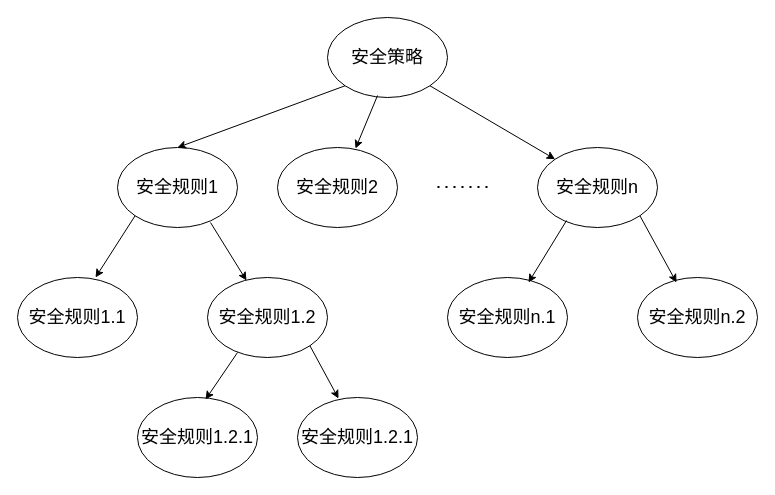
This is testDirectory/安全策略的规则树.drawio from Moose1273/-, a draw.io file, before an edit. Source tidied: cells renumbered, new cells numbered last; positions are measured from the earlier drawing's top-left corner, leaving out a move shared by most shapes. Both pictures are drawn from the tidied source at 100%, with x=0, y=0 at pixel (17, 17).
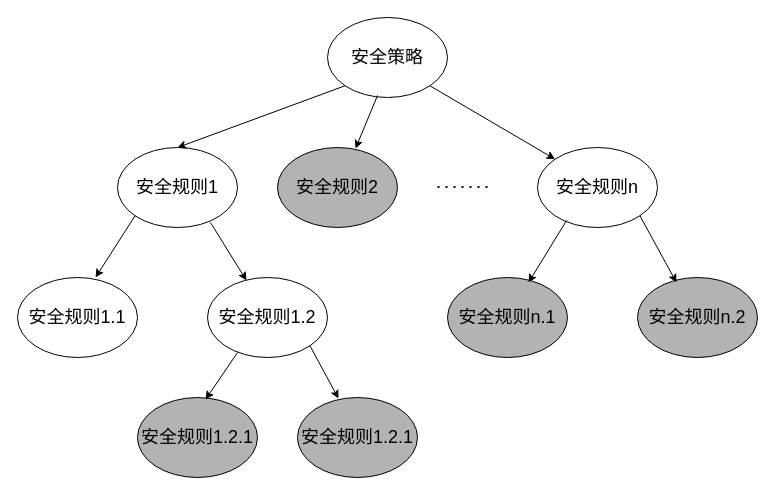
Above is the later version.

Commit message (it also covers changes not shown here):
更新安全策略的规则树.drawio

Diff of the diagram source:
```diff
@@
-    <mxCell id="5" value="&lt;font style=&quot;font-size: 18px;&quot;&gt;安全规则2&lt;/font&gt;" style="ellipse;whiteSpace=wrap;html=1;" parent="1" vertex="1">
+    <mxCell id="5" value="&lt;font style=&quot;font-size: 18px;&quot;&gt;安全规则2&lt;/font&gt;" style="ellipse;whiteSpace=wrap;html=1;fillColor=#B3B3B3;" parent="1" vertex="1">
       <mxGeometry x="260" y="130" width="120" height="80" as="geometry" />
     </mxCell>
@@
-    <mxCell id="14" value="&lt;font style=&quot;font-size: 18px;&quot;&gt;安全规则1.2.1&lt;/font&gt;" style="ellipse;whiteSpace=wrap;html=1;" parent="1" vertex="1">
+    <mxCell id="14" value="&lt;font style=&quot;font-size: 18px;&quot;&gt;安全规则1.2.1&lt;/font&gt;" style="ellipse;whiteSpace=wrap;html=1;fillColor=#B3B3B3;" parent="1" vertex="1">
       <mxGeometry x="120" y="380" width="120" height="80" as="geometry" />
     </mxCell>
-    <mxCell id="15" value="&lt;font style=&quot;font-size: 18px;&quot;&gt;安全规则1.2.1&lt;/font&gt;" style="ellipse;whiteSpace=wrap;html=1;" parent="1" vertex="1">
+    <mxCell id="15" value="&lt;font style=&quot;font-size: 18px;&quot;&gt;安全规则1.2.1&lt;/font&gt;" style="ellipse;whiteSpace=wrap;html=1;fillColor=#B3B3B3;" parent="1" vertex="1">
       <mxGeometry x="280" y="380" width="120" height="80" as="geometry" />
     </mxCell>
@@
-    <mxCell id="18" value="&lt;font style=&quot;font-size: 18px;&quot;&gt;安全规则n.1&lt;/font&gt;" style="ellipse;whiteSpace=wrap;html=1;" parent="1" vertex="1">
+    <mxCell id="18" value="&lt;font style=&quot;font-size: 18px;&quot;&gt;安全规则n.1&lt;/font&gt;" style="ellipse;whiteSpace=wrap;html=1;fillColor=#B3B3B3;" parent="1" vertex="1">
       <mxGeometry x="430" y="260" width="120" height="80" as="geometry" />
     </mxCell>
-    <mxCell id="19" value="&lt;font style=&quot;font-size: 18px;&quot;&gt;安全规则n.2&lt;/font&gt;" style="ellipse;whiteSpace=wrap;html=1;" parent="1" vertex="1">
+    <mxCell id="19" value="&lt;font style=&quot;font-size: 18px;&quot;&gt;安全规则n.2&lt;/font&gt;" style="ellipse;whiteSpace=wrap;html=1;fillColor=#B3B3B3;" parent="1" vertex="1">
       <mxGeometry x="620" y="260" width="120" height="80" as="geometry" />
     </mxCell>
```
